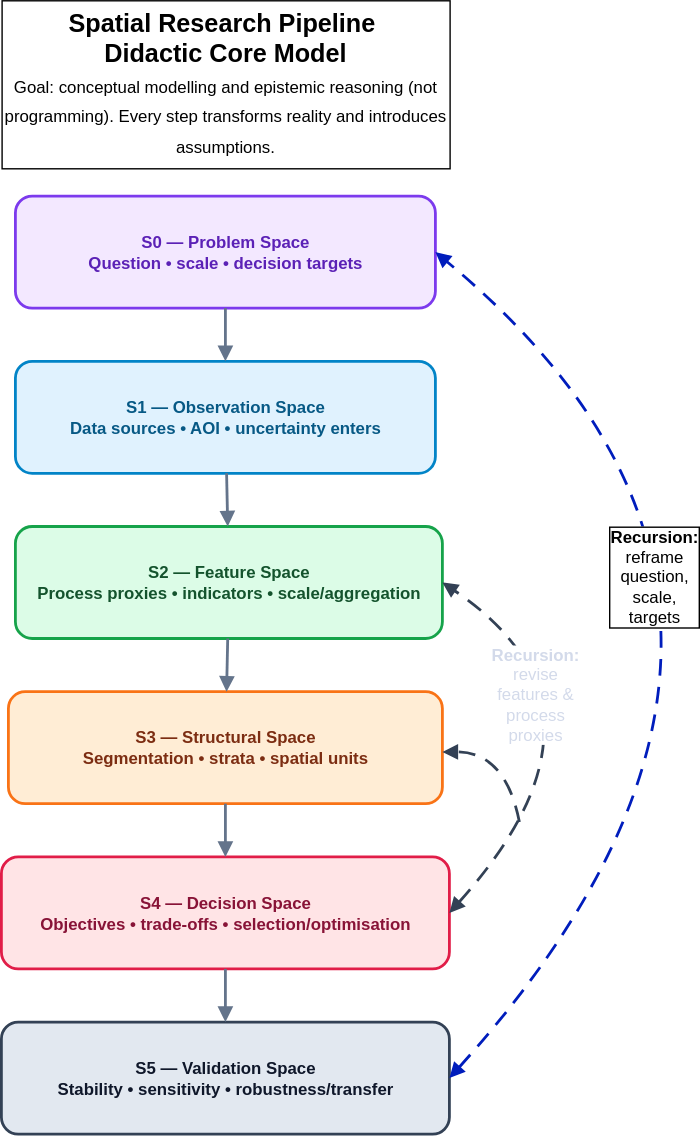
Before: images/reader9-1-didactic.drawio.svg, a diagram exported from draw.io (gisma-courses/LV-19-d19-006-25). Source tidied: cells renumbered, new cells last; positions are measured from the earlier drawing's top-left corner, leaving out a move shared by most shapes.
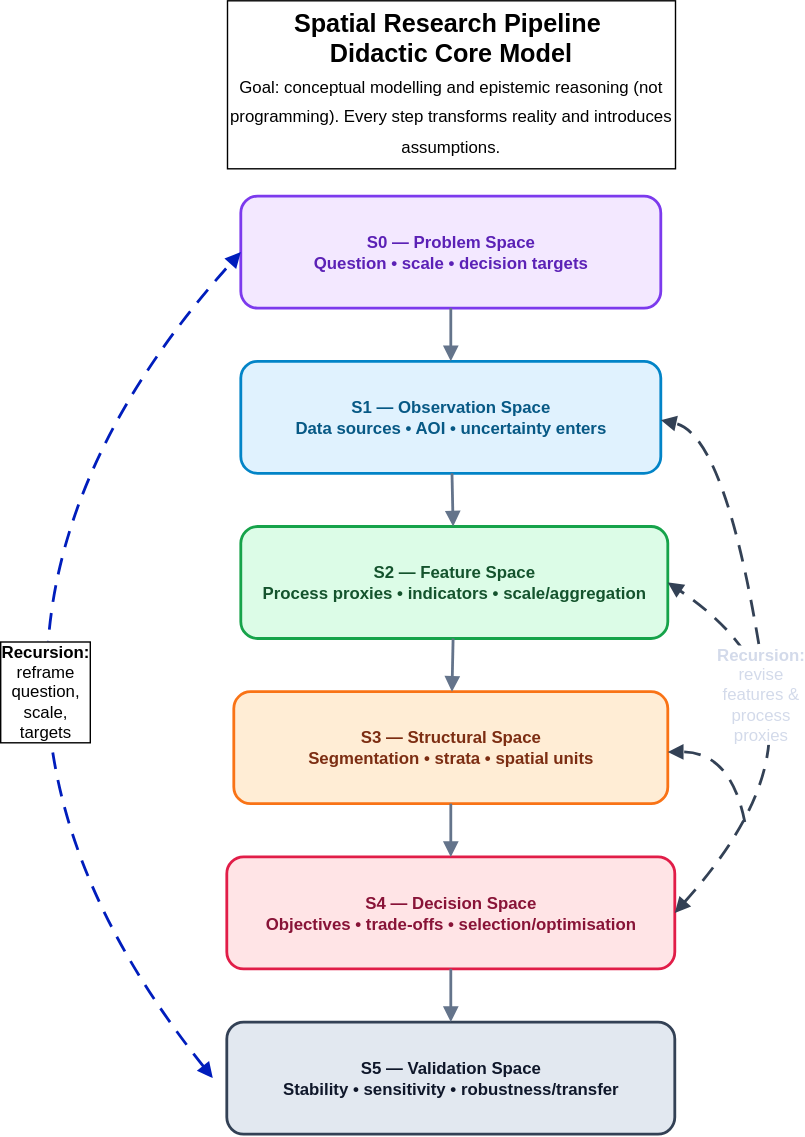
The same file after the commit.

Change to the diagram source:
```diff
@@ -48,31 +48,33 @@
     <mxCell id="15" value="&lt;span style=&quot;color: rgb(211, 218, 234); font-size: 12px; text-align: left; text-wrap-mode: wrap;&quot;&gt;&lt;b&gt;Recursion: &lt;/b&gt;revise features &amp;amp; process proxies&lt;/span&gt;" style="edgeLabel;html=1;align=center;verticalAlign=middle;labelBackgroundColor=light-dark(#FFFFFF,#F0F0F0);" parent="14" vertex="1">
       <mxGeometry x="0.45" y="29" relative="1" as="geometry" />
     </mxCell>
-    <mxCell id="16" style="endArrow=block;html=1;rounded=1;strokeWidth=2;strokeColor=#001DBC;dashed=1;dashPattern=6 4;curved=1;exitX=1;exitY=0.5;exitPerimeter=1;fillColor=#0050ef;startArrow=block;startFill=1;" parent="1" edge="1" source="8">
+    <mxCell id="16" style="endArrow=block;html=1;rounded=1;strokeWidth=2;strokeColor=#001DBC;dashed=1;dashPattern=6 4;curved=1;fillColor=#0050ef;startArrow=block;startFill=1;entryX=0;entryY=0.5;entryDx=0;entryDy=0;" parent="1" edge="1" target="3">
       <mxGeometry relative="1" as="geometry">
-        <mxPoint x="310" y="180" as="targetPoint" />
+        <mxPoint x="-10" y="770" as="sourcePoint" />
         <Array as="points">
-          <mxPoint x="620" y="437" />
+          <mxPoint x="-250" y="470" />
         </Array>
       </mxGeometry>
     </mxCell>
     <mxCell id="17" value="&lt;span style=&quot;font-size: 12px; text-align: left; text-wrap-mode: wrap;&quot;&gt;&lt;b&gt;Recursion: &lt;/b&gt;reframe question, scale, targets&lt;/span&gt;" style="edgeLabel;html=1;align=center;verticalAlign=middle;fontColor=light-dark(#000000,#000000);labelBackgroundColor=light-dark(#FFFFFF,#EDEDED);labelBorderColor=default;" parent="16" vertex="1">
-      <mxGeometry x="0.37" y="79" relative="1" as="geometry" />
+      <mxGeometry x="0.37" y="79" relative="1" as="geometry">
+        <mxPoint x="81" y="185" as="offset" />
+      </mxGeometry>
     </mxCell>
     <mxCell id="18" value="Parallel paths are intentional:&#10;Different abstractions produce different truths.&#10;&#10;&lt;span style=&quot;color:#075985;font-weight:700;&quot;&gt;S1&lt;/span&gt;: different observation pipelines&#10;&lt;span style=&quot;color:#14532d;font-weight:700;&quot;&gt;S2&lt;/span&gt;: different feature abstractions&#10;&lt;span style=&quot;color:#7c2d12;font-weight:700;&quot;&gt;S3&lt;/span&gt;: different structure models" style="rounded=1;whiteSpace=wrap;html=1;align=left;verticalAlign=middle;fillColor=#ffffff;strokeColor=#cbd5e1;strokeWidth=1;arcSize=10;" parent="1">
-      <mxGeometry x="14" y="399" width="296" height="120" as="geometry" />
+      <mxGeometry x="-336" y="392" width="296" height="120" as="geometry" />
     </mxCell>
     <mxCell id="19" value="Core rules&#10;1. No step is neutral&#10;2. Every transformation loses information&#10;3. Multiple representations are necessary&#10;4. &lt;span style=&quot;color:#7c2d12;font-weight:700;&quot;&gt;Structure&lt;/span&gt; is modelled, not discovered&#10;5. &lt;span style=&quot;color:#881337;font-weight:700;&quot;&gt;Decisions&lt;/span&gt; are justified, not computed&#10;6. Reproducibility is mandatory&#10;7. Interpretation belongs outside the code&#10;8. &lt;span style=&quot;color:#334155;font-weight:700;&quot;&gt;Recursion&lt;/span&gt; is required (S4/S5 may force redesign of S0–S3)" style="rounded=1;whiteSpace=wrap;html=1;align=left;verticalAlign=top;fillColor=#ffffff;strokeColor=#cbd5e1;strokeWidth=1;" parent="1">
-      <mxGeometry x="14" y="263" width="280" height="160" as="geometry" />
+      <mxGeometry x="-336" y="256" width="280" height="160" as="geometry" />
     </mxCell>
     <mxCell id="20" value="Typical failure modes&#10;• tools ≠ models&#10;• &lt;span style=&quot;color:#14532d;font-weight:700;&quot;&gt;features&lt;/span&gt; treated as reality&#10;• assumptions hidden in code&#10;• &lt;span style=&quot;color:#881337;font-weight:700;&quot;&gt;optimisation&lt;/span&gt; before understanding &lt;span style=&quot;color:#7c2d12;font-weight:700;&quot;&gt;structure&lt;/span&gt;&#10;• overfitting spatial detail&#10;• ignoring scale effects&#10;• skipping the theory loop (no recursion)" style="rounded=1;whiteSpace=wrap;html=1;align=left;verticalAlign=top;fillColor=#ffffff;strokeColor=#cbd5e1;strokeWidth=1;" parent="1">
-      <mxGeometry x="14" y="523" width="306" height="160" as="geometry" />
+      <mxGeometry x="-336" y="516" width="306" height="160" as="geometry" />
     </mxCell>
     <mxCell id="21" value="Success criterion&#10;You can explain:&#10;• why a result looks as it does&#10;• which assumptions created it (S0–S4)&#10;• how it changes under different abstractions in &lt;span style=&quot;color:#075985;font-weight:700;&quot;&gt;S1&lt;/span&gt;, &lt;span style=&quot;color:#14532d;font-weight:700;&quot;&gt;S2&lt;/span&gt;, &lt;span style=&quot;color:#7c2d12;font-weight:700;&quot;&gt;S3&lt;/span&gt;, &lt;span style=&quot;color:#881337;font-weight:700;&quot;&gt;S4&lt;/span&gt;&#10;• and when you must go back (recursion) to redesign earlier choices" style="rounded=1;whiteSpace=wrap;html=1;align=left;verticalAlign=top;fontStyle=1;fillColor=#ffffff;strokeColor=#cbd5e1;strokeWidth=1;" parent="1">
-      <mxGeometry x="14" y="684" width="1040" height="130" as="geometry" />
+      <mxGeometry x="-336" y="677" width="1040" height="130" as="geometry" />
     </mxCell>
     <mxCell id="22" value="Epistemic recursion (intentional):&#10;When S4/S5 fail (or conflict), you do not 'debug' code first.&#10;You revisit unit theory, process hypotheses, and scale choices in S0–S3." style="rounded=1;whiteSpace=wrap;html=1;align=left;verticalAlign=top;fillColor=#ffffff;strokeColor=#cbd5e1;strokeWidth=1;arcSize=10;fontSize=12;" parent="1">
-      <mxGeometry x="340" y="97" width="360" height="90" as="geometry" />
+      <mxGeometry x="-10" y="90" width="360" height="90" as="geometry" />
     </mxCell>
     <mxCell id="23" style="endArrow=block;html=1;rounded=1;strokeWidth=2;strokeColor=#334155;dashed=1;dashPattern=6 4;curved=1;entryX=1;entryY=0.5;startArrow=none;startFill=0;entryDx=0;entryDy=0;" parent="1" edge="1">
       <mxGeometry relative="1" as="geometry">
@@ -83,5 +85,13 @@
         </Array>
       </mxGeometry>
     </mxCell>
+    <mxCell id="24" style="endArrow=block;html=1;rounded=1;strokeWidth=2;strokeColor=#334155;dashed=1;dashPattern=6 4;curved=1;entryX=1;entryY=0.525;startArrow=none;startFill=0;entryDx=0;entryDy=0;entryPerimeter=0;" parent="1" edge="1" target="4">
+      <mxGeometry relative="1" as="geometry">
+        <mxPoint x="380" y="460" as="sourcePoint" />
+        <Array as="points">
+          <mxPoint x="355" y="310" />
+        </Array>
+      </mxGeometry>
+    </mxCell>
   </root>
 </mxGraphModel>
```
